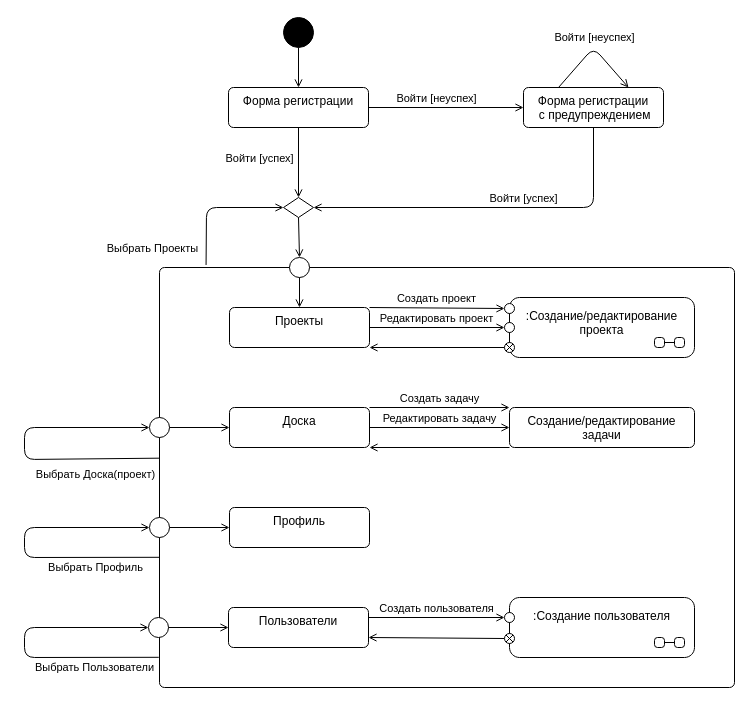
Above: ui/automata/raw/main.drawio in aVorotnikov/thunder_board (draw.io), before the change. Source tidied: cells renumbered, new cells numbered last; positions are measured from the earlier drawing's top-left corner, leaving out a move shared by most shapes. Both pictures are drawn from the tidied source at 100%, with x=0, y=0 at pixel (24, 17).
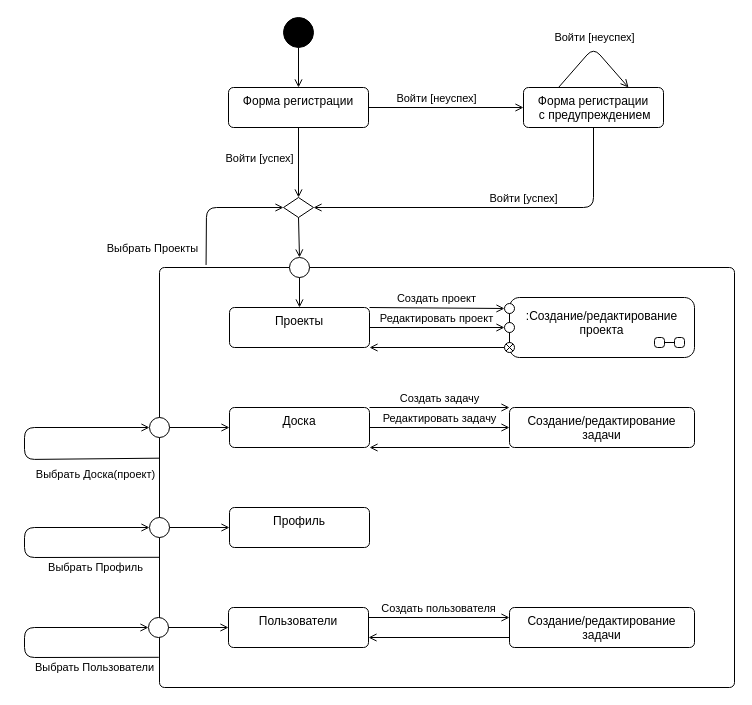
Above is the later version.

Unchanged cells that the change refers to:
```xml
<mxCell id="42" value="Пользователи" style="html=1;align=center;verticalAlign=top;rounded=1;absoluteArcSize=1;arcSize=10;dashed=0;whiteSpace=wrap;" parent="1" vertex="1">
  <mxGeometry x="204" y="590" width="140" height="40" as="geometry" />
</mxCell>
```

The edit, as a diff of the source:
```diff
@@
-    <mxCell id="47" style="endArrow=open;html=1;rounded=1;align=center;verticalAlign=top;endFill=0;labelBackgroundColor=none;endSize=6;exitX=1;exitY=0.25;exitDx=0;exitDy=0;curved=0;entryX=0;entryY=0.5;entryDx=0;entryDy=0;" parent="1" edge="1" source="42" target="56">
+    <mxCell id="47" style="endArrow=open;html=1;rounded=1;align=center;verticalAlign=top;endFill=0;labelBackgroundColor=none;endSize=6;exitX=1;exitY=0.25;exitDx=0;exitDy=0;curved=0;entryX=0;entryY=0.25;entryDx=0;entryDy=0;" parent="1" edge="1" source="42" target="58">
       <mxGeometry relative="1" as="geometry" />
     </mxCell>
@@
-    <mxCell id="50" style="endArrow=open;html=1;rounded=1;entryX=1;entryY=0.75;entryDx=0;entryDy=0;curved=0;endFill=0;exitX=0;exitY=0.5;exitDx=0;exitDy=0;" parent="1" edge="1" source="57" target="42">
+    <mxCell id="50" style="endArrow=open;html=1;rounded=1;entryX=1;entryY=0.75;entryDx=0;entryDy=0;curved=0;endFill=0;exitX=0.027;exitY=0.75;exitDx=0;exitDy=0;exitPerimeter=0;" parent="1" edge="1" source="58" target="42">
       <mxGeometry relative="1" as="geometry" />
     </mxCell>
@@
-    <mxCell id="55" value=":Создание пользователя" style="shape=umlState;rounded=1;verticalAlign=top;spacingTop=5;umlStateSymbol=collapseState;absoluteArcSize=1;arcSize=10;html=1;whiteSpace=wrap;" parent="1" vertex="1">
-      <mxGeometry x="485" y="580" width="185" height="60" as="geometry" />
-    </mxCell>
-    <mxCell id="56" style="ellipse;" parent="1" vertex="1">
-      <mxGeometry x="480" y="595" width="10" height="10" as="geometry" />
-    </mxCell>
-    <mxCell id="57" style="shape=sumEllipse;perimeter=ellipsePerimeter;html=1;backgroundOutline=1;" parent="1" vertex="1">
-      <mxGeometry x="480" y="616" width="10" height="10" as="geometry" />
-    </mxCell>
+    <mxCell id="58" value="Создание/редактирование задачи" style="html=1;align=center;verticalAlign=top;rounded=1;absoluteArcSize=1;arcSize=10;dashed=0;whiteSpace=wrap;" parent="1" vertex="1">
+      <mxGeometry x="485" y="590" width="185" height="40" as="geometry" />
+    </mxCell>
```
